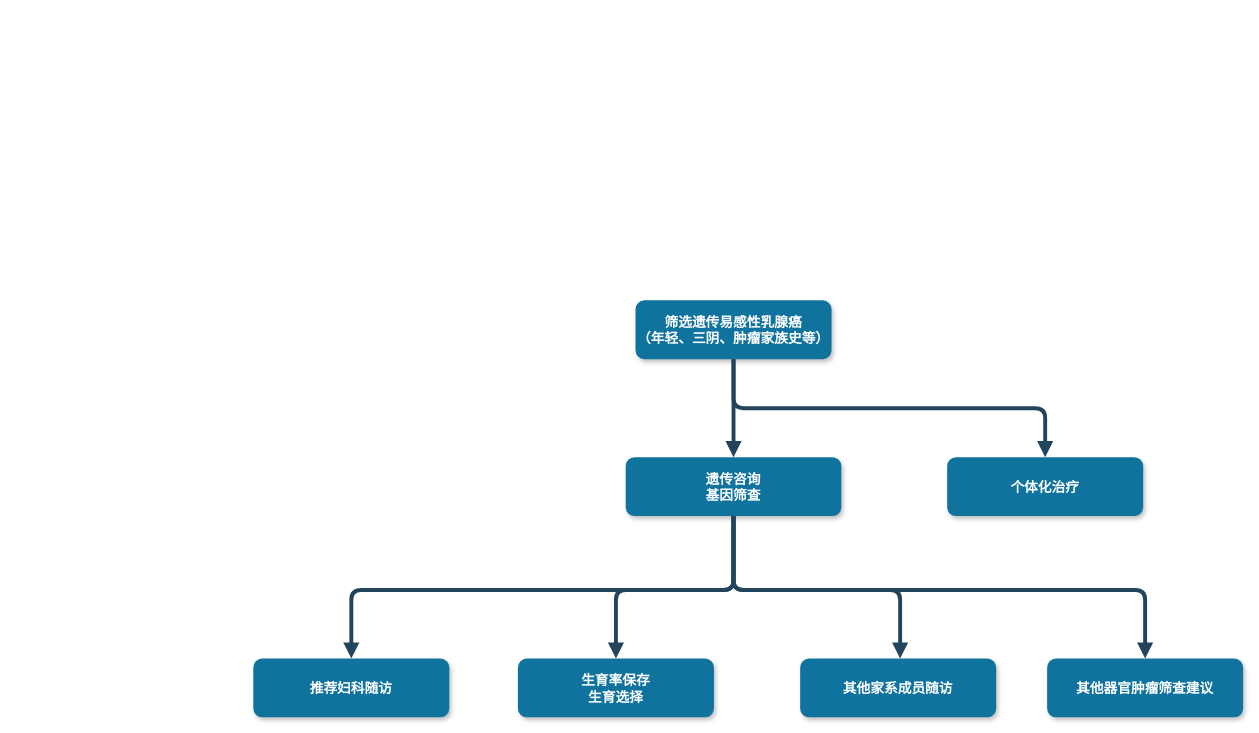
Earlier version of the draw.io diagram 未命名绘图.drawio (fallleave001/docs_temp). Source tidied: cells renumbered, new cells numbered last; positions are measured from the earlier drawing's top-left corner, leaving out a move shared by most shapes. Both pictures are drawn from the tidied source at 98%, with x=0, y=0 at pixel (253, 300).
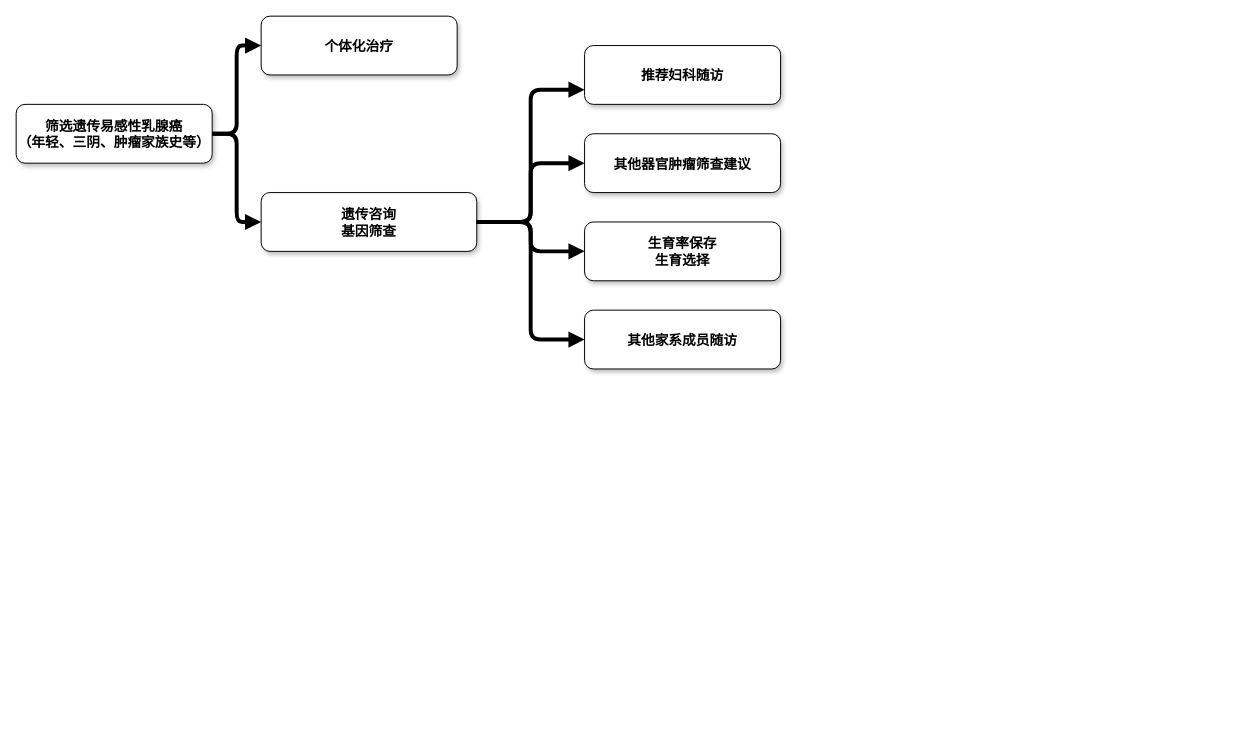
After the change.

Commit message:
乳腺癌易感基因筛查

What changed in the source:
```diff
@@
+    <mxCell id="10" style="edgeStyle=orthogonalEdgeStyle;rounded=1;jettySize=auto;html=1;exitX=1;exitY=0.5;exitDx=0;exitDy=0;entryX=0;entryY=0.5;entryDx=0;entryDy=0;strokeColor=default;strokeWidth=4;align=center;verticalAlign=middle;fontFamily=Helvetica;fontSize=11;fontColor=default;fontStyle=1;labelBackgroundColor=default;elbow=vertical;endArrow=block;endFill=1;" parent="1" edge="1" source="2" target="4">
+      <mxGeometry relative="1" as="geometry" />
+    </mxCell>
-    <mxCell id="2" value="筛选遗传易感性乳腺癌&#10;（年轻、三阴、肿瘤家族史等）" style="rounded=1;fillColor=#10739E;strokeColor=none;shadow=1;gradientColor=none;fontStyle=1;fontColor=#FFFFFF;fontSize=14;" parent="1" vertex="1">
-      <mxGeometry x="390" width="200" height="60" as="geometry" />
+    <mxCell id="2" value="筛选遗传易感性乳腺癌&#10;（年轻、三阴、肿瘤家族史等）" style="rounded=1;shadow=1;fontStyle=1;fontSize=14;" parent="1" vertex="1">
+      <mxGeometry x="-242" y="-200" width="200" height="60" as="geometry" />
     </mxCell>
-    <mxCell id="3" value="遗传咨询&#10;基因筛查" style="rounded=1;fillColor=#10739E;strokeColor=none;shadow=1;gradientColor=none;fontStyle=1;fontColor=#FFFFFF;fontSize=14;" parent="1" vertex="1">
-      <mxGeometry x="380" y="160" width="220" height="60" as="geometry" />
+    <mxCell id="3" value="遗传咨询&#10;基因筛查" style="rounded=1;shadow=1;fontStyle=1;fontSize=14;" parent="1" vertex="1">
+      <mxGeometry x="8" y="-110" width="220" height="60" as="geometry" />
     </mxCell>
-    <mxCell id="4" value="个体化治疗" style="rounded=1;fillColor=#10739E;strokeColor=none;shadow=1;gradientColor=none;fontStyle=1;fontColor=#FFFFFF;fontSize=14;" parent="1" vertex="1">
-      <mxGeometry x="708" y="160" width="200" height="60" as="geometry" />
+    <mxCell id="4" value="个体化治疗" style="rounded=1;shadow=1;fontStyle=1;fontSize=14;" parent="1" vertex="1">
+      <mxGeometry x="8" y="-290" width="200" height="60" as="geometry" />
     </mxCell>
-    <mxCell id="5" value="推荐妇科随访" style="rounded=1;fillColor=#10739E;strokeColor=none;shadow=1;gradientColor=none;fontStyle=1;fontColor=#FFFFFF;fontSize=14;" parent="1" vertex="1">
-      <mxGeometry y="365.5" width="200" height="60" as="geometry" />
+    <mxCell id="5" value="推荐妇科随访" style="rounded=1;shadow=1;fontStyle=1;fontSize=14;" parent="1" vertex="1">
+      <mxGeometry x="338" y="-260" width="200" height="60" as="geometry" />
     </mxCell>
-    <mxCell id="6" value="生育率保存&#10;生育选择" style="rounded=1;fillColor=#10739E;strokeColor=none;shadow=1;gradientColor=none;fontStyle=1;fontColor=#FFFFFF;fontSize=14;" parent="1" vertex="1">
-      <mxGeometry x="270" y="365.5" width="200" height="60" as="geometry" />
+    <mxCell id="6" value="生育率保存&#10;生育选择" style="rounded=1;shadow=1;fontStyle=1;fontSize=14;" parent="1" vertex="1">
+      <mxGeometry x="338" y="-80" width="200" height="60" as="geometry" />
     </mxCell>
-    <mxCell id="7" value="其他家系成员随访" style="rounded=1;fillColor=#10739E;strokeColor=none;shadow=1;gradientColor=none;fontStyle=1;fontColor=#FFFFFF;fontSize=14;" parent="1" vertex="1">
-      <mxGeometry x="558" y="365.5" width="200" height="60" as="geometry" />
+    <mxCell id="7" value="其他家系成员随访" style="rounded=1;shadow=1;fontStyle=1;fontSize=14;" parent="1" vertex="1">
+      <mxGeometry x="338" y="10" width="200" height="60" as="geometry" />
     </mxCell>
-    <mxCell id="8" value="其他器官肿瘤筛查建议" style="rounded=1;fillColor=#10739E;strokeColor=none;shadow=1;gradientColor=none;fontStyle=1;fontColor=#FFFFFF;fontSize=14;" parent="1" vertex="1">
-      <mxGeometry x="810" y="365.5" width="200" height="60" as="geometry" />
+    <mxCell id="8" value="其他器官肿瘤筛查建议" style="rounded=1;shadow=1;fontStyle=1;fontSize=14;" parent="1" vertex="1">
+      <mxGeometry x="338" y="-170" width="200" height="60" as="geometry" />
     </mxCell>
-    <mxCell id="9" style="edgeStyle=elbowEdgeStyle;elbow=vertical;strokeWidth=4;endArrow=block;endFill=1;fontStyle=1;strokeColor=#23445D;" parent="1" edge="1" source="2" target="3">
-      <mxGeometry x="22" y="165.5" as="geometry" />
+    <mxCell id="9" style="edgeStyle=orthogonalEdgeStyle;elbow=vertical;strokeWidth=4;endArrow=block;endFill=1;fontStyle=1;orthogonal=1;entryX=0;entryY=0.5;entryDx=0;entryDy=0;" parent="1" edge="1" source="2" target="3">
+      <mxGeometry relative="1" as="geometry" />
     </mxCell>
-    <mxCell id="10" style="edgeStyle=elbowEdgeStyle;elbow=vertical;strokeWidth=4;endArrow=block;endFill=1;fontStyle=1;strokeColor=#23445D;" parent="1" edge="1" source="2" target="4">
-      <mxGeometry x="22" y="165.5" as="geometry">
-        <Array as="points">
-          <mxPoint x="628" y="110" />
-        </Array>
-      </mxGeometry>
-    </mxCell>
-    <mxCell id="11" style="edgeStyle=elbowEdgeStyle;elbow=vertical;strokeWidth=4;endArrow=block;endFill=1;fontStyle=1;strokeColor=#23445D;" parent="1" edge="1" source="3" target="5">
-      <mxGeometry x="22" y="165.5" as="geometry">
-        <Array as="points">
-          <mxPoint x="270" y="295.5" />
-        </Array>
-      </mxGeometry>
+    <mxCell id="11" style="edgeStyle=orthogonalEdgeStyle;elbow=vertical;strokeWidth=4;endArrow=block;endFill=1;fontStyle=1;orthogonal=1;entryX=0;entryY=0.75;entryDx=0;entryDy=0;" parent="1" edge="1" source="3" target="5">
+      <mxGeometry relative="1" as="geometry" />
     </mxCell>
-    <mxCell id="12" style="edgeStyle=elbowEdgeStyle;elbow=vertical;strokeWidth=4;endArrow=block;endFill=1;fontStyle=1;strokeColor=#23445D;" parent="1" edge="1" source="3" target="8">
-      <mxGeometry x="22" y="165.5" as="geometry">
-        <Array as="points">
-          <mxPoint x="690" y="295.5" />
-        </Array>
-      </mxGeometry>
+    <mxCell id="12" style="edgeStyle=orthogonalEdgeStyle;elbow=vertical;strokeWidth=4;endArrow=block;endFill=1;fontStyle=1;orthogonal=1;" parent="1" edge="1" source="3" target="8">
+      <mxGeometry relative="1" as="geometry" />
     </mxCell>
-    <mxCell id="13" style="edgeStyle=elbowEdgeStyle;elbow=vertical;strokeWidth=4;endArrow=block;endFill=1;fontStyle=1;strokeColor=#23445D;" parent="1" edge="1" source="3" target="6">
-      <mxGeometry x="22" y="165.5" as="geometry">
-        <Array as="points">
-          <mxPoint x="370" y="295.5" />
-        </Array>
-      </mxGeometry>
+    <mxCell id="13" style="edgeStyle=orthogonalEdgeStyle;elbow=vertical;strokeWidth=4;endArrow=block;endFill=1;fontStyle=1;orthogonal=1;" parent="1" edge="1" source="3" target="6">
+      <mxGeometry relative="1" as="geometry" />
     </mxCell>
-    <mxCell id="14" style="edgeStyle=elbowEdgeStyle;elbow=vertical;strokeWidth=4;endArrow=block;endFill=1;fontStyle=1;strokeColor=#23445D;" parent="1" edge="1" source="3" target="7">
-      <mxGeometry x="22" y="165.5" as="geometry">
-        <Array as="points">
-          <mxPoint x="660" y="295.5" />
-        </Array>
-      </mxGeometry>
+    <mxCell id="14" style="edgeStyle=orthogonalEdgeStyle;elbow=vertical;strokeWidth=4;endArrow=block;endFill=1;fontStyle=1;orthogonal=1;entryX=0;entryY=0.5;entryDx=0;entryDy=0;" parent="1" edge="1" source="3" target="7">
+      <mxGeometry relative="1" as="geometry" />
     </mxCell>
```
